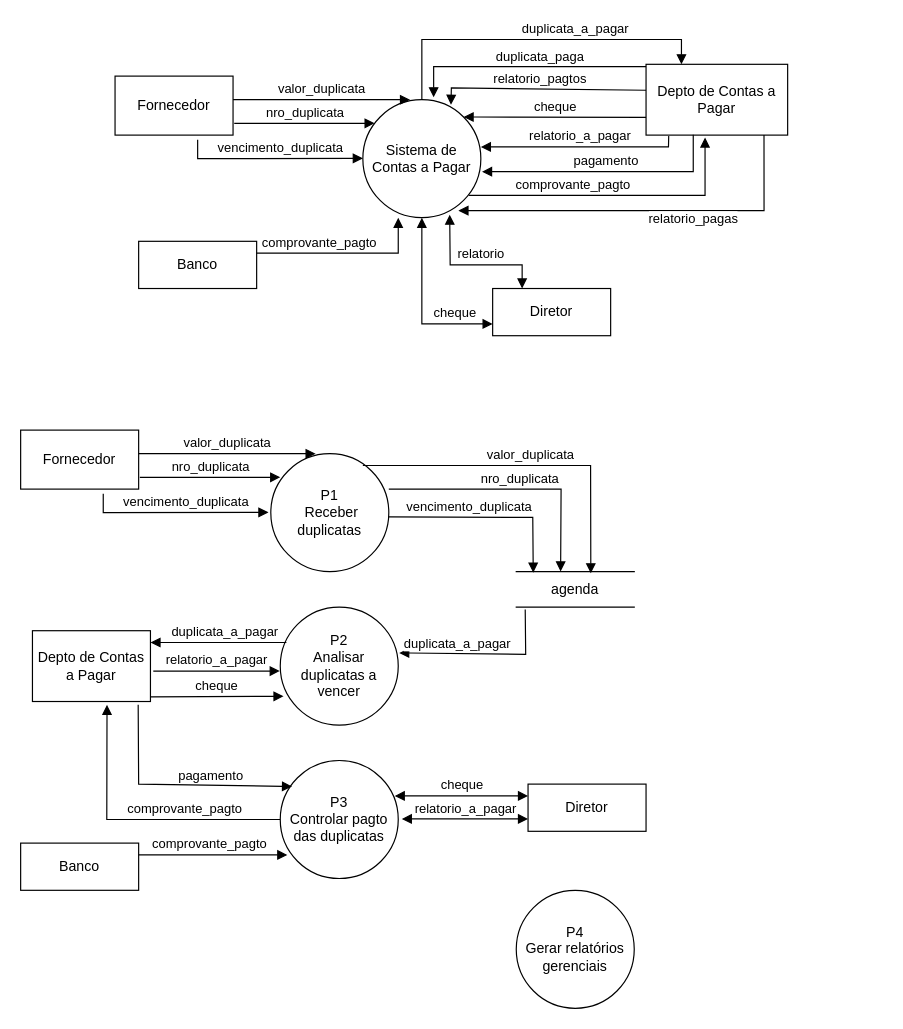
mariioka/Diagramas keeps this draw.io diagram as dfdcontas.drawio. Above is the earlier version. Source tidied: cells renumbered, new cells numbered last; positions are measured from the earlier drawing's top-left corner, leaving out a move shared by most shapes. Both pictures are drawn from the tidied source at 118%, with x=0, y=0 at pixel (20, 39).
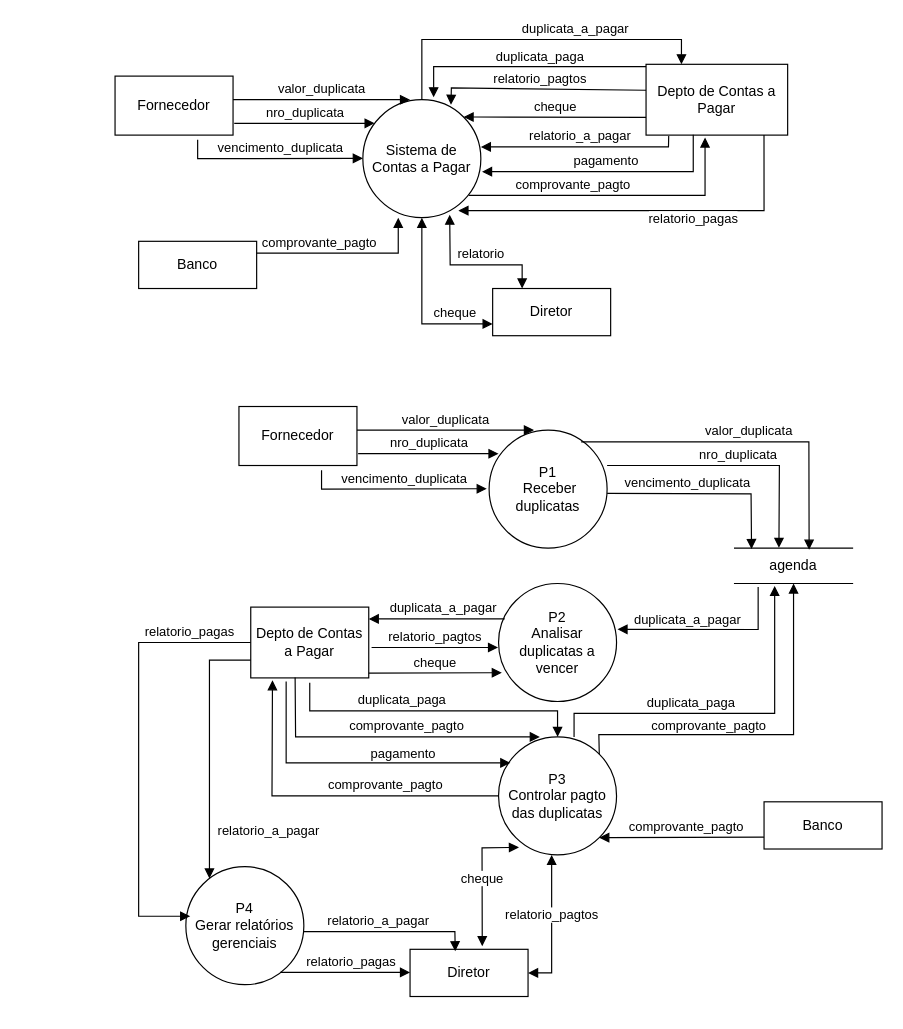
The same diagram, later.

Diff of the diagram source:
```diff
@@
     <mxCell id="16" value="agenda" style="shape=partialRectangle;whiteSpace=wrap;html=1;left=0;right=0;fillColor=none;" parent="1" vertex="1">
-      <mxGeometry x="420" y="451" width="100" height="30" as="geometry" />
+      <mxGeometry x="605" y="431" width="100" height="30" as="geometry" />
     </mxCell>
@@
     <mxCell id="22" value="P1&lt;div&gt;&amp;nbsp;Receber duplicatas&lt;br&gt;&lt;/div&gt;" style="ellipse;whiteSpace=wrap;html=1;" parent="1" vertex="1">
-      <mxGeometry x="212" y="351" width="100" height="100" as="geometry" />
+      <mxGeometry x="397" y="331" width="100" height="100" as="geometry" />
     </mxCell>
     <mxCell id="23" value="P2&lt;div&gt;Analisar duplicatas a vencer&lt;br&gt;&lt;/div&gt;" style="ellipse;whiteSpace=wrap;html=1;" parent="1" vertex="1">
-      <mxGeometry x="220" y="481" width="100" height="100" as="geometry" />
+      <mxGeometry x="405" y="461" width="100" height="100" as="geometry" />
     </mxCell>
     <mxCell id="24" value="P3&lt;div&gt;Controlar pagto das duplicatas&lt;br&gt;&lt;/div&gt;" style="ellipse;whiteSpace=wrap;html=1;" parent="1" vertex="1">
-      <mxGeometry x="220" y="611" width="100" height="100" as="geometry" />
+      <mxGeometry x="405" y="591" width="100" height="100" as="geometry" />
     </mxCell>
     <mxCell id="25" value="P4&lt;div&gt;Gerar relatórios gerenciais&lt;br&gt;&lt;/div&gt;" style="ellipse;whiteSpace=wrap;html=1;" parent="1" vertex="1">
-      <mxGeometry x="420" y="721" width="100" height="100" as="geometry" />
+      <mxGeometry x="140" y="701" width="100" height="100" as="geometry" />
     </mxCell>
     <mxCell id="26" value="Fornecedor" style="rounded=0;whiteSpace=wrap;html=1;" parent="1" vertex="1">
-      <mxGeometry y="331" width="100" height="50" as="geometry" />
+      <mxGeometry x="185" y="311" width="100" height="50" as="geometry" />
     </mxCell>
     <mxCell id="27" value="nro_duplicata" style="html=1;verticalAlign=bottom;endArrow=block;curved=0;rounded=0;" parent="1" edge="1">
       <mxGeometry relative="1" as="geometry">
-        <mxPoint x="101" y="371" as="sourcePoint" />
-        <mxPoint x="220" y="371" as="targetPoint" />
+        <mxPoint x="286" y="351" as="sourcePoint" />
+        <mxPoint x="405" y="351" as="targetPoint" />
       </mxGeometry>
     </mxCell>
     <mxCell id="28" value="valor_duplicata" style="html=1;verticalAlign=bottom;endArrow=block;curved=0;rounded=0;exitX=1.014;exitY=0.837;exitDx=0;exitDy=0;exitPerimeter=0;entryX=0.4;entryY=0;entryDx=0;entryDy=0;entryPerimeter=0;" parent="1" edge="1">
       <mxGeometry relative="1" as="geometry">
-        <mxPoint x="100" y="351" as="sourcePoint" />
-        <mxPoint x="250" y="351" as="targetPoint" />
+        <mxPoint x="285" y="331" as="sourcePoint" />
+        <mxPoint x="435" y="331" as="targetPoint" />
       </mxGeometry>
     </mxCell>
     <mxCell id="29" value="vencimento_duplicata" style="html=1;verticalAlign=bottom;endArrow=block;curved=0;rounded=0;entryX=0.4;entryY=0;entryDx=0;entryDy=0;entryPerimeter=0;" parent="1" edge="1">
       <mxGeometry x="0.1" relative="1" as="geometry">
-        <mxPoint x="70" y="385" as="sourcePoint" />
-        <mxPoint x="210" y="400.7" as="targetPoint" />
+        <mxPoint x="255" y="365" as="sourcePoint" />
+        <mxPoint x="395" y="380.7" as="targetPoint" />
         <Array as="points">
-          <mxPoint x="70" y="401" />
+          <mxPoint x="255" y="381" />
         </Array>
       </mxGeometry>
     </mxCell>
     <mxCell id="30" value="nro_duplicata" style="html=1;verticalAlign=bottom;endArrow=block;curved=0;rounded=0;entryX=0.376;entryY=-0.007;entryDx=0;entryDy=0;entryPerimeter=0;" parent="1" edge="1" target="16">
       <mxGeometry x="0.03" relative="1" as="geometry">
-        <mxPoint x="312" y="381" as="sourcePoint" />
+        <mxPoint x="497" y="361" as="sourcePoint" />
         <Array as="points">
-          <mxPoint x="458" y="381" />
+          <mxPoint x="643" y="361" />
         </Array>
       </mxGeometry>
     </mxCell>
     <mxCell id="31" value="valor_duplicata" style="html=1;verticalAlign=bottom;endArrow=block;curved=0;rounded=0;exitX=1.014;exitY=0.837;exitDx=0;exitDy=0;exitPerimeter=0;entryX=0.632;entryY=0.047;entryDx=0;entryDy=0;entryPerimeter=0;" parent="1" edge="1" target="16">
       <mxGeometry relative="1" as="geometry">
-        <mxPoint x="290" y="361" as="sourcePoint" />
+        <mxPoint x="475" y="341" as="sourcePoint" />
         <Array as="points">
-          <mxPoint x="483" y="361" />
+          <mxPoint x="668" y="341" />
         </Array>
       </mxGeometry>
     </mxCell>
     <mxCell id="32" value="vencimento_duplicata" style="html=1;verticalAlign=bottom;endArrow=block;curved=0;rounded=0;exitX=0.988;exitY=0.576;exitDx=0;exitDy=0;exitPerimeter=0;entryX=0.144;entryY=0.027;entryDx=0;entryDy=0;entryPerimeter=0;" parent="1" edge="1" target="16">
       <mxGeometry x="-0.19" relative="1" as="geometry">
-        <mxPoint x="312" y="404.6" as="sourcePoint" />
+        <mxPoint x="497" y="384.6" as="sourcePoint" />
         <Array as="points">
-          <mxPoint x="434" y="405" />
+          <mxPoint x="619" y="385" />
         </Array>
       </mxGeometry>
     </mxCell>
-    <mxCell id="33" value="duplicata_a_pagar" style="html=1;verticalAlign=bottom;endArrow=block;curved=0;rounded=0;exitX=0.076;exitY=1.067;exitDx=0;exitDy=0;startArrow=none;startFill=0;endFill=1;exitPerimeter=0;entryX=1.008;entryY=0.388;entryDx=0;entryDy=0;entryPerimeter=0;" parent="1" edge="1" source="16" target="23">
-      <mxGeometry x="0.32" y="1" relative="1" as="geometry">
+    <mxCell id="33" value="duplicata_a_pagar" style="html=1;verticalAlign=bottom;endArrow=block;curved=0;rounded=0;startArrow=none;startFill=0;endFill=1;entryX=1.008;entryY=0.388;entryDx=0;entryDy=0;entryPerimeter=0;" parent="1" edge="1" target="23">
+      <mxGeometry x="0.24" y="1" relative="1" as="geometry">
+        <mxPoint x="625" y="464" as="sourcePoint" />
         <Array as="points">
-          <mxPoint x="428" y="521" />
+          <mxPoint x="625" y="500" />
         </Array>
       </mxGeometry>
     </mxCell>
     <mxCell id="34" value="Depto de Contas a Pagar" style="rounded=0;whiteSpace=wrap;html=1;" parent="1" vertex="1">
-      <mxGeometry x="10" y="501" width="100" height="60" as="geometry" />
+      <mxGeometry x="195" y="481" width="100" height="60" as="geometry" />
     </mxCell>
     <mxCell id="35" value="duplicata_a_pagar" style="html=1;verticalAlign=bottom;endArrow=block;curved=0;rounded=0;startArrow=none;startFill=0;endFill=1;entryX=1.008;entryY=0.388;entryDx=0;entryDy=0;entryPerimeter=0;exitX=0.052;exitY=0.3;exitDx=0;exitDy=0;exitPerimeter=0;" parent="1" edge="1" source="23">
       <mxGeometry x="-0.09" relative="1" as="geometry">
-        <mxPoint x="110" y="511" as="targetPoint" />
+        <mxPoint x="295" y="491" as="targetPoint" />
       </mxGeometry>
     </mxCell>
-    <mxCell id="36" value="relatorio_a_pagar" style="html=1;verticalAlign=bottom;endArrow=block;curved=0;rounded=0;exitX=1.024;exitY=0.62;exitDx=0;exitDy=0;exitPerimeter=0;entryX=-0.004;entryY=0.572;entryDx=0;entryDy=0;entryPerimeter=0;" parent="1" edge="1">
+    <mxCell id="36" value="relatorio_pagtos" style="html=1;verticalAlign=bottom;endArrow=block;curved=0;rounded=0;exitX=1.024;exitY=0.62;exitDx=0;exitDy=0;exitPerimeter=0;entryX=-0.004;entryY=0.572;entryDx=0;entryDy=0;entryPerimeter=0;" parent="1" edge="1">
       <mxGeometry relative="1" as="geometry">
-        <mxPoint x="112.4" y="535.2" as="sourcePoint" />
-        <mxPoint x="219.6" y="535.2" as="targetPoint" />
+        <mxPoint x="297.4" y="515.2" as="sourcePoint" />
+        <mxPoint x="404.6" y="515.2" as="targetPoint" />
       </mxGeometry>
     </mxCell>
     <mxCell id="37" value="cheque" style="html=1;verticalAlign=bottom;endArrow=block;curved=0;rounded=0;exitX=1;exitY=0.75;exitDx=0;exitDy=0;entryX=0.028;entryY=0.756;entryDx=0;entryDy=0;entryPerimeter=0;" parent="1" edge="1" target="23">
       <mxGeometry relative="1" as="geometry">
-        <mxPoint x="110" y="557" as="sourcePoint" />
+        <mxPoint x="295" y="537" as="sourcePoint" />
       </mxGeometry>
     </mxCell>
     <mxCell id="38" value="Diretor" style="rounded=0;whiteSpace=wrap;html=1;" parent="1" vertex="1">
-      <mxGeometry x="430" y="631" width="100" height="40" as="geometry" />
+      <mxGeometry x="330" y="771" width="100" height="40" as="geometry" />
     </mxCell>
-    <mxCell id="39" value="cheque" style="html=1;verticalAlign=bottom;endArrow=block;curved=0;rounded=0;exitX=1;exitY=0.75;exitDx=0;exitDy=0;entryX=0.028;entryY=0.756;entryDx=0;entryDy=0;entryPerimeter=0;startArrow=block;startFill=1;endFill=1;" parent="1" edge="1">
-      <mxGeometry relative="1" as="geometry">
-        <mxPoint x="317" y="641" as="sourcePoint" />
-        <mxPoint x="430" y="641" as="targetPoint" />
+    <mxCell id="39" value="cheque" style="html=1;verticalAlign=bottom;endArrow=block;curved=0;rounded=0;exitX=0.612;exitY=-0.065;exitDx=0;exitDy=0;entryX=0.173;entryY=0.936;entryDx=0;entryDy=0;entryPerimeter=0;startArrow=block;startFill=1;endFill=1;exitPerimeter=0;" parent="1" edge="1" source="38" target="24">
+      <mxGeometry x="-0.17" relative="1" as="geometry">
+        <Array as="points">
+          <mxPoint x="391" y="685" />
+        </Array>
       </mxGeometry>
     </mxCell>
-    <mxCell id="40" value="relatorio_a_pagar" style="html=1;verticalAlign=bottom;endArrow=block;curved=0;rounded=0;exitX=1.024;exitY=0.62;exitDx=0;exitDy=0;exitPerimeter=0;startArrow=block;startFill=1;" parent="1" edge="1">
+    <mxCell id="40" value="relatorio_pagtos" style="html=1;verticalAlign=bottom;endArrow=block;curved=0;rounded=0;startArrow=block;startFill=1;entryX=1;entryY=0.5;entryDx=0;entryDy=0;" parent="1" edge="1" target="38">
       <mxGeometry relative="1" as="geometry">
-        <mxPoint x="323" y="660.5" as="sourcePoint" />
-        <mxPoint x="430" y="660.5" as="targetPoint" />
+        <mxPoint x="450" y="691" as="sourcePoint" />
+        <Array as="points">
+          <mxPoint x="450" y="791" />
+        </Array>
       </mxGeometry>
     </mxCell>
-    <mxCell id="41" value="pagamento" style="html=1;verticalAlign=bottom;endArrow=block;curved=0;rounded=0;exitX=0.896;exitY=1.047;exitDx=0;exitDy=0;exitPerimeter=0;" parent="1" edge="1" source="34">
+    <mxCell id="41" value="pagamento" style="html=1;verticalAlign=bottom;endArrow=block;curved=0;rounded=0;" parent="1" edge="1">
       <mxGeometry x="0.3" y="-1" relative="1" as="geometry">
-        <mxPoint x="230" y="633" as="targetPoint" />
+        <mxPoint x="225" y="544" as="sourcePoint" />
+        <mxPoint x="415" y="613" as="targetPoint" />
         <Array as="points">
-          <mxPoint x="100" y="631" />
+          <mxPoint x="225" y="613" />
         </Array>
       </mxGeometry>
     </mxCell>
     <mxCell id="42" value="Banco" style="rounded=0;whiteSpace=wrap;html=1;" parent="1" vertex="1">
-      <mxGeometry y="681" width="100" height="40" as="geometry" />
+      <mxGeometry x="630" y="646" width="100" height="40" as="geometry" />
     </mxCell>
-    <mxCell id="43" value="comprovante_pagto" style="html=1;verticalAlign=bottom;endArrow=block;curved=0;rounded=0;exitX=1;exitY=0.25;exitDx=0;exitDy=0;entryX=0.06;entryY=0.8;entryDx=0;entryDy=0;entryPerimeter=0;" parent="1" edge="1" source="42" target="24">
+    <mxCell id="43" value="comprovante_pagto" style="html=1;verticalAlign=bottom;endArrow=block;curved=0;rounded=0;entryX=1;entryY=1;entryDx=0;entryDy=0;exitX=0;exitY=0.75;exitDx=0;exitDy=0;" parent="1" edge="1" source="42" target="24">
       <mxGeometry x="-0.05" relative="1" as="geometry" />
     </mxCell>
-    <mxCell id="44" value="comprovante_pagto" style="html=1;verticalAlign=bottom;endArrow=block;curved=0;rounded=0;exitX=0;exitY=0.5;exitDx=0;exitDy=0;entryX=0.632;entryY=1.047;entryDx=0;entryDy=0;entryPerimeter=0;" parent="1" edge="1" source="24" target="34">
+    <mxCell id="44" value="comprovante_pagto" style="html=1;verticalAlign=bottom;endArrow=block;curved=0;rounded=0;exitX=0;exitY=0.5;exitDx=0;exitDy=0;entryX=0.184;entryY=1.033;entryDx=0;entryDy=0;entryPerimeter=0;" parent="1" edge="1" source="24" target="34">
       <mxGeometry x="-0.34" relative="1" as="geometry">
         <Array as="points">
-          <mxPoint x="73" y="661" />
+          <mxPoint x="213" y="641" />
         </Array>
       </mxGeometry>
     </mxCell>
+    <mxCell id="45" value="duplicata_paga" style="html=1;verticalAlign=bottom;endArrow=block;curved=0;rounded=0;" parent="1" edge="1">
+      <mxGeometry x="-0.2" relative="1" as="geometry">
+        <mxPoint x="245" y="545" as="sourcePoint" />
+        <mxPoint x="455" y="591" as="targetPoint" />
+        <Array as="points">
+          <mxPoint x="245" y="569" />
+          <mxPoint x="455" y="569" />
+        </Array>
+      </mxGeometry>
+    </mxCell>
+    <mxCell id="46" value="comprovante_pagto" style="html=1;verticalAlign=bottom;endArrow=block;curved=0;rounded=0;exitX=0.376;exitY=0.993;exitDx=0;exitDy=0;exitPerimeter=0;" parent="1" edge="1" source="34">
+      <mxGeometry x="0.12" relative="1" as="geometry">
+        <mxPoint x="440" y="591" as="targetPoint" />
+        <Array as="points">
+          <mxPoint x="233" y="591" />
+        </Array>
+      </mxGeometry>
+    </mxCell>
+    <mxCell id="47" value="duplicata_paga" style="html=1;verticalAlign=bottom;endArrow=block;curved=0;rounded=0;entryX=0.34;entryY=1.067;entryDx=0;entryDy=0;entryPerimeter=0;" parent="1" edge="1" target="16">
+      <mxGeometry x="-0.2" relative="1" as="geometry">
+        <mxPoint x="469" y="591" as="sourcePoint" />
+        <Array as="points">
+          <mxPoint x="469" y="571" />
+          <mxPoint x="639" y="571" />
+        </Array>
+      </mxGeometry>
+    </mxCell>
+    <mxCell id="48" value="comprovante_pagto" style="html=1;verticalAlign=bottom;endArrow=block;curved=0;rounded=0;entryX=0.5;entryY=1;entryDx=0;entryDy=0;exitX=1;exitY=0;exitDx=0;exitDy=0;" parent="1" edge="1" source="24" target="16">
+      <mxGeometry x="-0.29" y="-2" relative="1" as="geometry">
+        <Array as="points">
+          <mxPoint x="490" y="589" />
+          <mxPoint x="655" y="589" />
+        </Array>
+      </mxGeometry>
+    </mxCell>
+    <mxCell id="49" value="relatorio_pagas" style="html=1;verticalAlign=bottom;endArrow=block;curved=0;rounded=0;exitX=0;exitY=0.5;exitDx=0;exitDy=0;entryX=0.037;entryY=0.42;entryDx=0;entryDy=0;entryPerimeter=0;" parent="1" edge="1" source="34" target="25">
+      <mxGeometry x="-0.72" relative="1" as="geometry">
+        <Array as="points">
+          <mxPoint x="100" y="511" />
+          <mxPoint x="100" y="743" />
+        </Array>
+      </mxGeometry>
+    </mxCell>
+    <mxCell id="50" value="relatorio_a_pagar" style="html=1;verticalAlign=bottom;endArrow=block;curved=0;rounded=0;exitX=0;exitY=0.75;exitDx=0;exitDy=0;" parent="1" edge="1" source="34">
+      <mxGeometry x="0.73" y="50" relative="1" as="geometry">
+        <mxPoint x="160" y="711" as="targetPoint" />
+        <Array as="points">
+          <mxPoint x="160" y="526" />
+        </Array>
+        <mxPoint y="-1" as="offset" />
+      </mxGeometry>
+    </mxCell>
+    <mxCell id="51" value="relatorio_a_pagar" style="html=1;verticalAlign=bottom;endArrow=block;curved=0;rounded=0;entryX=0.383;entryY=0.042;entryDx=0;entryDy=0;entryPerimeter=0;" parent="1" edge="1" target="38">
+      <mxGeometry x="-0.13" relative="1" as="geometry">
+        <mxPoint x="240" y="756" as="sourcePoint" />
+        <Array as="points">
+          <mxPoint x="368" y="756" />
+        </Array>
+      </mxGeometry>
+    </mxCell>
+    <mxCell id="52" value="relatorio_pagas" style="html=1;verticalAlign=bottom;endArrow=block;curved=0;rounded=0;exitX=0.803;exitY=0.93;exitDx=0;exitDy=0;exitPerimeter=0;" parent="1" edge="1">
+      <mxGeometry x="0.09" relative="1" as="geometry">
+        <mxPoint x="220" y="790.6" as="sourcePoint" />
+        <mxPoint x="330" y="790.6" as="targetPoint" />
+      </mxGeometry>
+    </mxCell>
```
